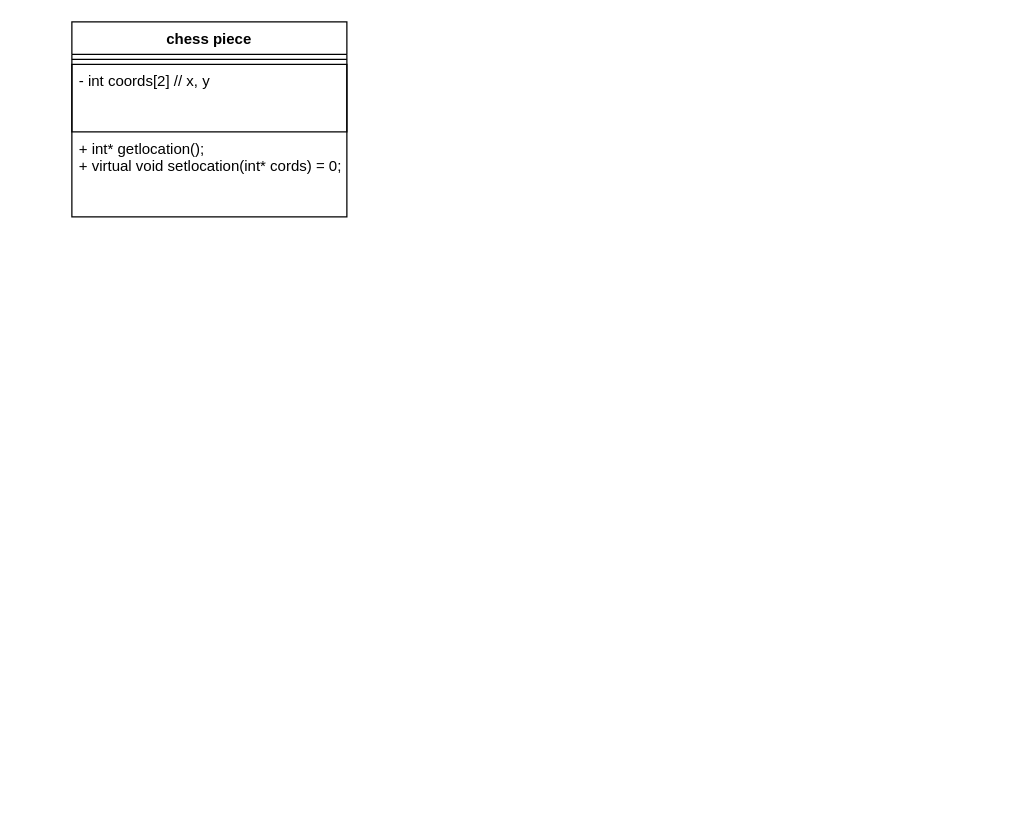
nadav26740/checkmate-adamnadav keeps this draw.io diagram as page "Object Chess piece" (1 of 2) of Untitled Diagram.drawio. Above is the earlier version. Source tidied: cells renumbered, new cells numbered last; positions are measured from the earlier drawing's top-left corner, leaving out a move shared by most shapes. Both pictures are drawn from the tidied source at 125%, with x=0, y=0 at pixel (71, 21). Pictures stored in the file or linked from it are replaced by grey dashed boxes.
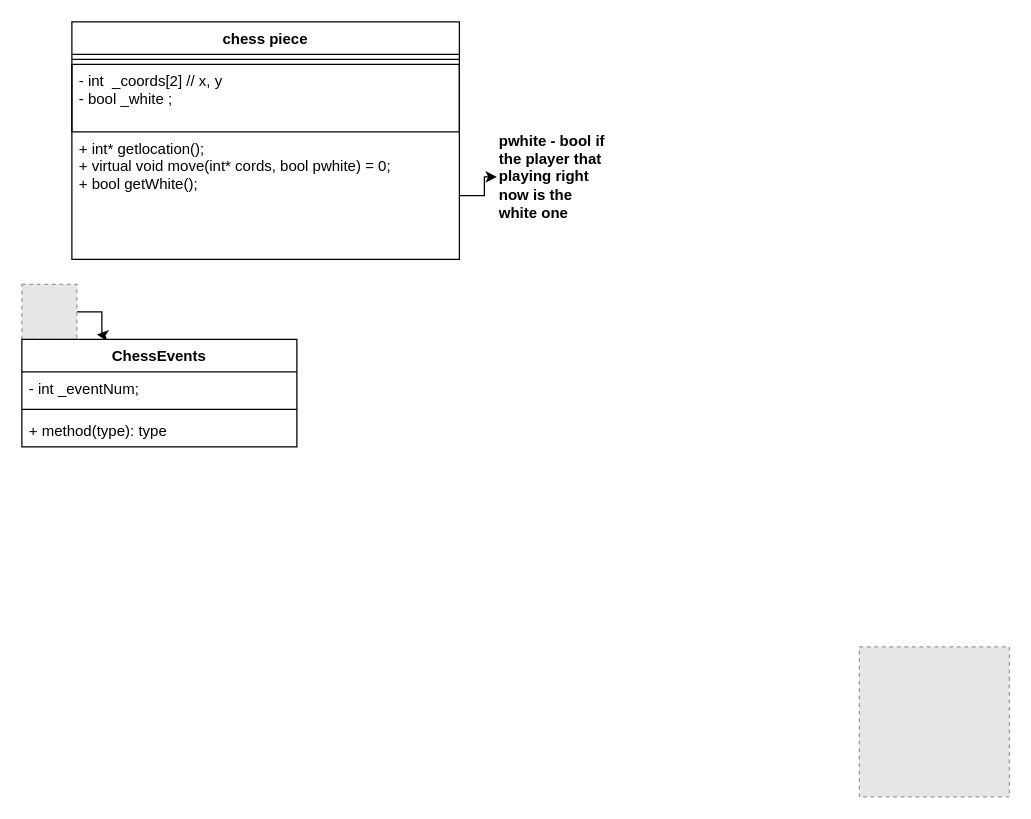
Above is the later version.

Commit message:
Board and ChessPiece objects Added to Diagram

Diff of the diagram source:
```diff
@@
 <mxGraphModel background="#ffffff">
   <root>
     <mxCell id="0" />
     <mxCell id="1" parent="0" />
     <mxCell id="2" value="chess piece" style="swimlane;fontStyle=1;align=center;verticalAlign=top;horizontal=1;startSize=26;rounded=0;shadow=0;glass=0;sketch=0;" parent="1" vertex="1">
-      <mxGeometry width="220" height="156" as="geometry" />
+      <mxGeometry width="310" height="190" as="geometry" />
     </mxCell>
     <mxCell id="3" style="line;strokeWidth=1;fillColor=none;align=left;verticalAlign=middle;spacingTop=-1;spacingLeft=3;spacingRight=3;labelPosition=right;" parent="2" vertex="1">
-      <mxGeometry y="26" width="220" height="8" as="geometry" />
+      <mxGeometry y="26" width="310" height="8" as="geometry" />
     </mxCell>
-    <mxCell id="4" value="- int coords[2] // x, y&#10;" style="text;fillColor=none;align=left;verticalAlign=top;spacingLeft=4;spacingRight=4;overflow=hidden;strokeColor=#000000;" parent="2" vertex="1">
-      <mxGeometry y="34" width="220" height="54" as="geometry" />
+    <mxCell id="4" value="- int  _coords[2] // x, y&#10;- bool _white ;&#10;" style="text;fillColor=none;align=left;verticalAlign=top;spacingLeft=4;spacingRight=4;overflow=hidden;strokeColor=#000000;" parent="2" vertex="1">
+      <mxGeometry y="34" width="310" height="54" as="geometry" />
     </mxCell>
-    <mxCell id="5" value="+ int* getlocation();&#10;+ virtual void setlocation(int* cords) = 0;&#10;" style="text;strokeColor=none;fillColor=none;align=left;verticalAlign=top;spacingLeft=4;spacingRight=4;overflow=hidden;" parent="2" vertex="1">
-      <mxGeometry y="88" width="220" height="68" as="geometry" />
-    </mxCell>
+    <mxCell id="6" value="+ int* getlocation();&#10;+ virtual void move(int* cords, bool pwhite) = 0;&#10;+ bool getWhite();&#10;" style="text;strokeColor=none;fillColor=none;align=left;verticalAlign=top;spacingLeft=4;spacingRight=4;overflow=hidden;points=[[0,0.5],[1,0.5]];portConstraint=eastwest;" parent="2" vertex="1">
+      <mxGeometry y="88" width="310" height="102" as="geometry" />
+    </mxCell>
+    <mxCell id="7" value="&lt;b&gt;pwhite - bool if the player that playing right now is the white one&lt;/b&gt;" style="text;html=1;strokeColor=none;fillColor=none;align=left;verticalAlign=middle;whiteSpace=wrap;rounded=0;shadow=0;glass=0;sketch=0;" parent="1" vertex="1">
+      <mxGeometry x="340" y="88" width="90" height="72" as="geometry" />
+    </mxCell>
+    <mxCell id="8" style="edgeStyle=orthogonalEdgeStyle;rounded=0;jettySize=auto;html=1;exitX=1;exitY=0.5;exitDx=0;exitDy=0;" parent="1" edge="1" source="6" target="7">
+      <mxGeometry relative="1" as="geometry" />
+    </mxCell>
+    <mxCell id="9" style="edgeStyle=orthogonalEdgeStyle;rounded=0;jettySize=auto;html=1;" parent="1" edge="1" source="10">
+      <mxGeometry relative="1" as="geometry">
+        <mxPoint x="20" y="250" as="targetPoint" />
+      </mxGeometry>
+    </mxCell>
+    <mxCell id="10" style="fillColor=#E6E6E6;strokeColor=#999999;dashed=1;html=1;verticalAlign=top;verticalLabelPosition=bottom;labelBackgroundColor=#ffffff;" parent="1" vertex="1">
+      <mxGeometry x="-40" y="210" width="44" height="44" as="geometry" />
+    </mxCell>
+    <mxCell id="11" value="ChessEvents&#10;" style="swimlane;fontStyle=1;align=center;verticalAlign=top;horizontal=1;startSize=26;rounded=0;shadow=0;glass=0;sketch=0;strokeColor=#000000;" parent="1" vertex="1">
+      <mxGeometry x="-40" y="254" width="220" height="86" as="geometry" />
+    </mxCell>
+    <mxCell id="12" value="- int _eventNum;" style="text;strokeColor=none;fillColor=none;align=left;verticalAlign=top;spacingLeft=4;spacingRight=4;overflow=hidden;" parent="11" vertex="1">
+      <mxGeometry y="26" width="220" height="26" as="geometry" />
+    </mxCell>
+    <mxCell id="13" style="line;strokeWidth=1;fillColor=none;align=left;verticalAlign=middle;spacingTop=-1;spacingLeft=3;spacingRight=3;labelPosition=right;" parent="11" vertex="1">
+      <mxGeometry y="52" width="220" height="8" as="geometry" />
+    </mxCell>
+    <mxCell id="14" value="+ method(type): type" style="text;strokeColor=none;fillColor=none;align=left;verticalAlign=top;spacingLeft=4;spacingRight=4;overflow=hidden;" parent="11" vertex="1">
+      <mxGeometry y="60" width="220" height="26" as="geometry" />
+    </mxCell>
+    <mxCell id="15" style="fillColor=#E6E6E6;strokeColor=#999999;dashed=1;html=1;verticalAlign=top;verticalLabelPosition=bottom;labelBackgroundColor=#ffffff;" parent="1" vertex="1">
+      <mxGeometry x="630" y="500" width="120" height="120" as="geometry" />
+    </mxCell>
   </root>
 </mxGraphModel>
```
